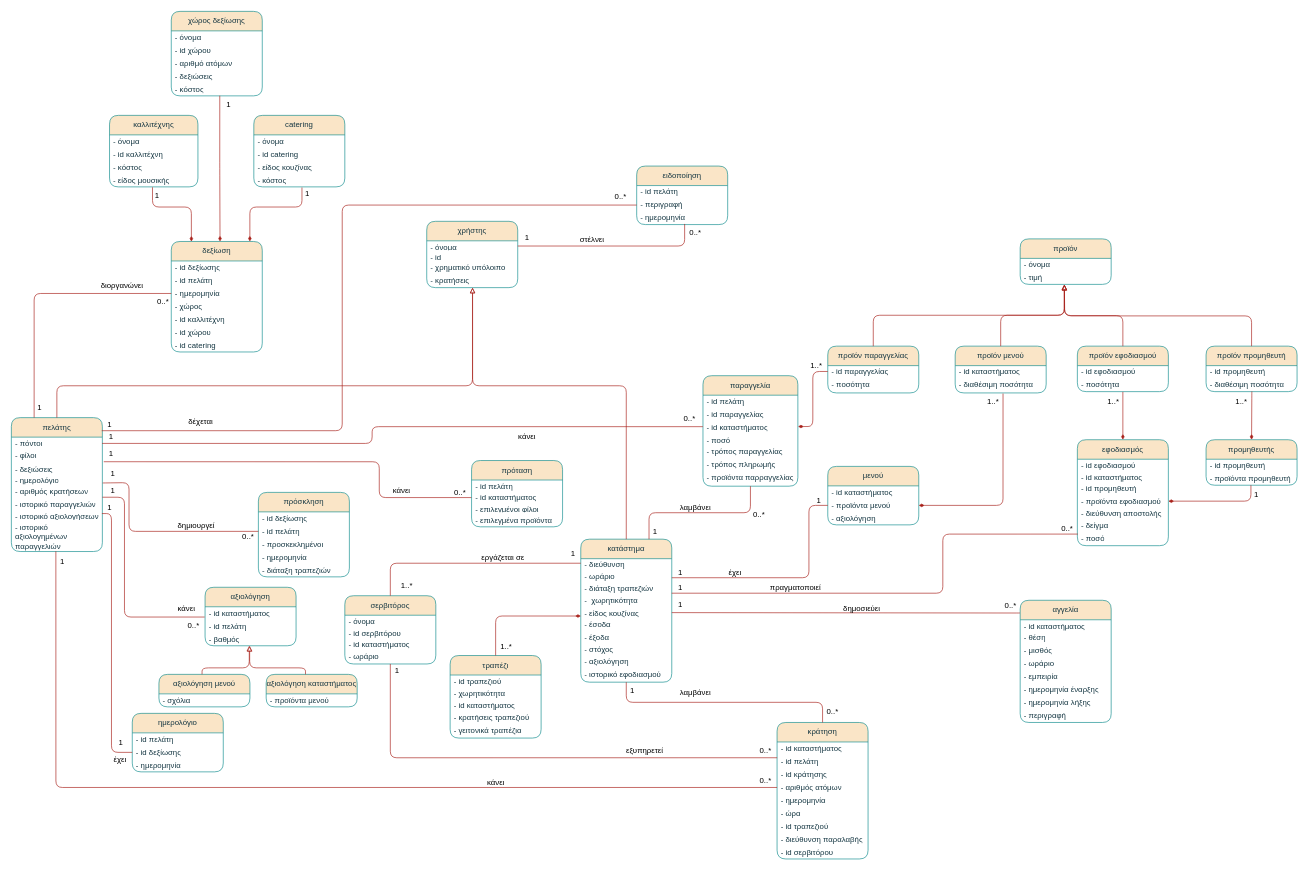
Above: documents/contributions/Domain_model_v02.drawio in Mpooks/reasy (draw.io), before the change. Source tidied: cells renumbered, new cells numbered last; positions are measured from the earlier drawing's top-left corner, leaving out a move shared by most shapes. Both pictures are drawn from the tidied source at 65%, with x=0, y=0 at pixel (11, 11).
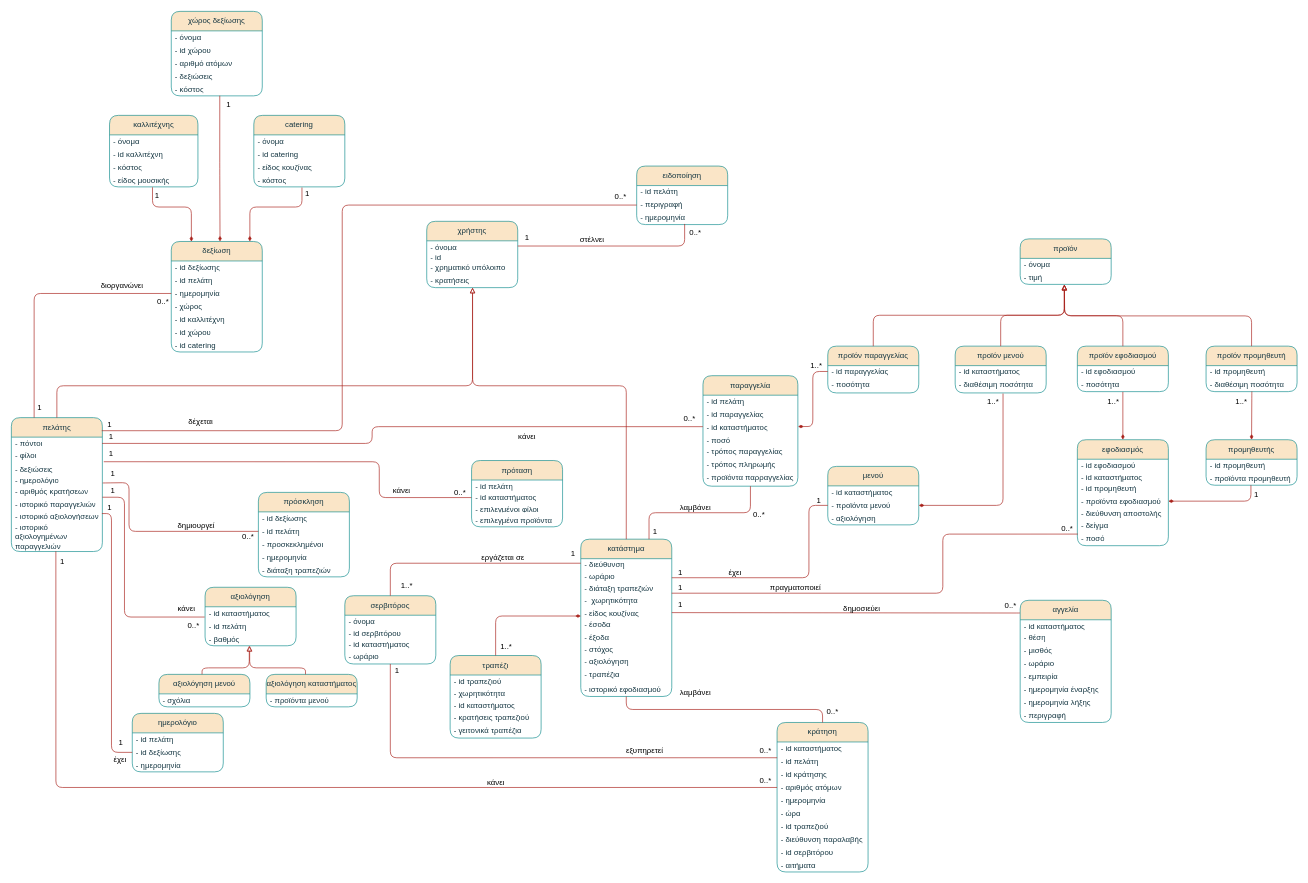
The same diagram, later.

Change to the diagram source:
```diff
@@
     <mxCell id="2" value="κατάστημα" style="swimlane;fontStyle=0;horizontal=1;startSize=30;whiteSpace=wrap;html=1;rounded=1;glass=0;shadow=0;labelBackgroundColor=none;fillColor=#FAE5C7;strokeColor=#0F8B8D;fontColor=#143642;" parent="1" vertex="1">
-      <mxGeometry x="876" y="812" width="140" height="220" as="geometry" />
+      <mxGeometry x="876" y="812" width="140" height="242" as="geometry" />
     </mxCell>
@@
+    <mxCell id="236" value="- τραπέζια" style="text;strokeColor=none;fillColor=none;align=left;verticalAlign=middle;spacingLeft=4;spacingRight=4;overflow=hidden;whiteSpace=wrap;html=1;glass=0;labelBackgroundColor=none;fontColor=#143642;" parent="2" vertex="1">
+      <mxGeometry y="198" width="140" height="22" as="geometry" />
+    </mxCell>
     <mxCell id="12" value="- ιστορικό εφοδιασμού" style="text;strokeColor=none;fillColor=none;align=left;verticalAlign=middle;spacingLeft=4;spacingRight=4;overflow=hidden;whiteSpace=wrap;html=1;glass=0;labelBackgroundColor=none;fontColor=#143642;" parent="2" vertex="1">
-      <mxGeometry y="198" width="140" height="22" as="geometry" />
+      <mxGeometry y="220" width="140" height="22" as="geometry" />
     </mxCell>
@@
     <mxCell id="50" value="κράτηση" style="swimlane;fontStyle=0;horizontal=1;startSize=30;whiteSpace=wrap;html=1;rounded=1;glass=0;labelBackgroundColor=none;fillColor=#FAE5C7;strokeColor=#0F8B8D;fontColor=#143642;" parent="1" vertex="1">
-      <mxGeometry x="1178" y="1094" width="140" height="210" as="geometry" />
+      <mxGeometry x="1178" y="1094" width="140" height="230" as="geometry" />
     </mxCell>
@@
+    <mxCell id="237" value="- αιτήματα" style="text;strokeColor=none;fillColor=none;align=left;verticalAlign=middle;spacingLeft=4;spacingRight=4;overflow=hidden;whiteSpace=wrap;html=1;glass=0;labelBackgroundColor=none;fontColor=#143642;" parent="50" vertex="1">
+      <mxGeometry y="210" width="140" height="20" as="geometry" />
+    </mxCell>
@@
-    <mxCell id="196" value="1" style="text;html=1;align=center;verticalAlign=middle;strokeColor=none;fillColor=none;" parent="1" vertex="1">
-      <mxGeometry x="942" y="1032" width="25" height="26" as="geometry" />
-    </mxCell>
```
